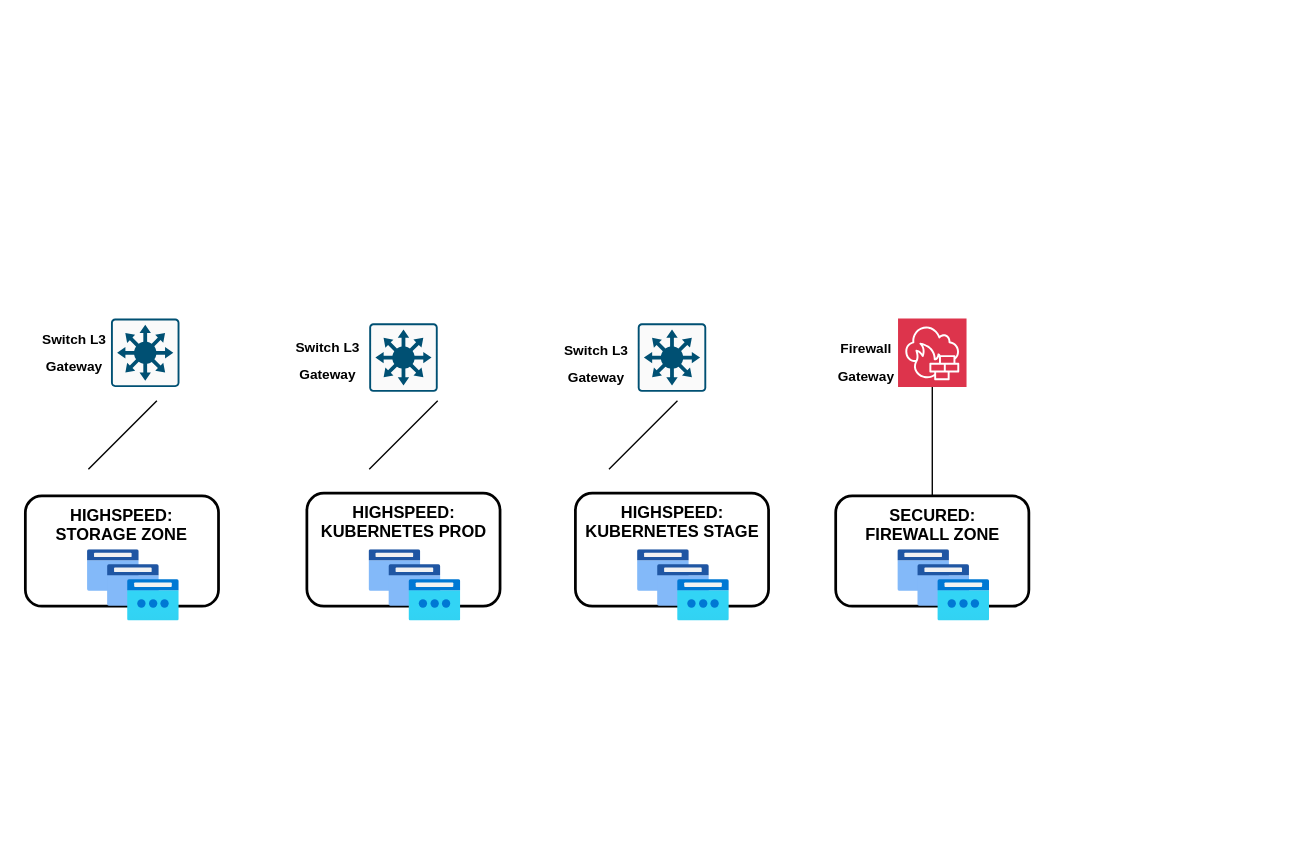
Above: RKLB_STENNIS.drawio in Mpancake/diagrams (draw.io), before the change. Source tidied: cells renumbered, new cells numbered last; positions are measured from the earlier drawing's top-left corner, leaving out a move shared by most shapes. Both pictures are drawn from the tidied source at 137%, with x=0, y=0 at pixel (25, 318).
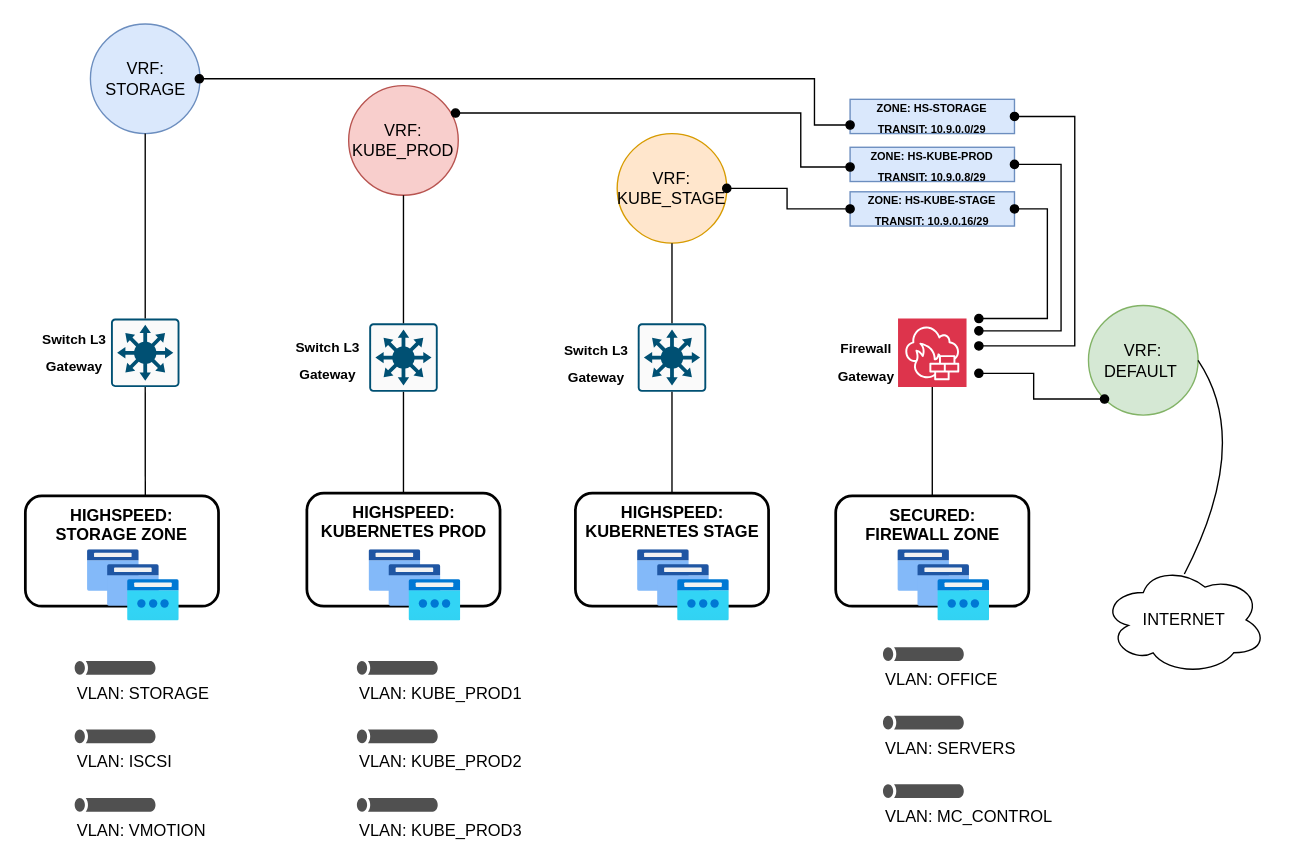
Above is the later version.

The change refers to these unchanged cells:
```xml
<mxCell id="2" style="sketch=0;points=[[0.015,0.015,0],[0.985,0.015,0],[0.985,0.985,0],[0.015,0.985,0],[0.25,0,0],[0.5,0,0],[0.75,0,0],[1,0.25,0],[1,0.5,0],[1,0.75,0],[0.75,1,0],[0.5,1,0],[0.25,1,0],[0,0.75,0],[0,0.5,0],[0,0.25,0]];verticalLabelPosition=bottom;html=1;verticalAlign=top;align=center;shape=mxgraph.cisco19.rect;prIcon=l3_switch;fillColor=#FAFAFA;strokeColor=#005073;" parent="1" vertex="1">
  <mxGeometry x="251" y="3.5" width="50" height="50" as="geometry" />
</mxCell>
<mxCell id="3" style="sketch=0;points=[[0.015,0.015,0],[0.985,0.015,0],[0.985,0.985,0],[0.015,0.985,0],[0.25,0,0],[0.5,0,0],[0.75,0,0],[1,0.25,0],[1,0.5,0],[1,0.75,0],[0.75,1,0],[0.5,1,0],[0.25,1,0],[0,0.75,0],[0,0.5,0],[0,0.25,0]];verticalLabelPosition=bottom;html=1;verticalAlign=top;align=center;shape=mxgraph.cisco19.rect;prIcon=l3_switch;fillColor=#FAFAFA;strokeColor=#005073;" parent="1" vertex="1">
  <mxGeometry x="447" y="3.5" width="50" height="50" as="geometry" />
</mxCell>
<mxCell id="4" style="sketch=0;points=[[0,0,0],[0.25,0,0],[0.5,0,0],[0.75,0,0],[1,0,0],[0,1,0],[0.25,1,0],[0.5,1,0],[0.75,1,0],[1,1,0],[0,0.25,0],[0,0.5,0],[0,0.75,0],[1,0.25,0],[1,0.5,0],[1,0.75,0]];outlineConnect=0;fontColor=#232F3E;fillColor=#DD344C;strokeColor=#ffffff;dashed=0;verticalLabelPosition=bottom;verticalAlign=top;align=center;html=1;fontSize=12;fontStyle=0;shape=mxgraph.aws4.resourceIcon;resIcon=mxgraph.aws4.network_firewall;" parent="1" vertex="1">
  <mxGeometry x="637" width="50" height="50" as="geometry" />
</mxCell>
<mxCell id="5" style="sketch=0;points=[[0.015,0.015,0],[0.985,0.015,0],[0.985,0.985,0],[0.015,0.985,0],[0.25,0,0],[0.5,0,0],[0.75,0,0],[1,0.25,0],[1,0.5,0],[1,0.75,0],[0.75,1,0],[0.5,1,0],[0.25,1,0],[0,0.75,0],[0,0.5,0],[0,0.25,0]];verticalLabelPosition=bottom;html=1;verticalAlign=top;align=center;shape=mxgraph.cisco19.rect;prIcon=l3_switch;fillColor=#FAFAFA;strokeColor=#005073;" parent="1" vertex="1">
  <mxGeometry x="62.5" width="50" height="50" as="geometry" />
</mxCell>
<mxCell id="6" value="HIGHSPEED:&lt;div&gt;STORAGE ZONE&lt;/div&gt;" style="rounded=1;whiteSpace=wrap;html=1;fillColor=none;strokeWidth=2;verticalAlign=top;fontStyle=1;" parent="1" vertex="1">
  <mxGeometry y="129.5" width="141" height="80.5" as="geometry" />
</mxCell>
<mxCell id="7" value="HIGHSPEED: KUBERNETES PROD" style="rounded=1;whiteSpace=wrap;html=1;fillColor=none;strokeWidth=2;verticalAlign=top;fontStyle=1;" parent="1" vertex="1">
  <mxGeometry x="205.5" y="127.5" width="141" height="82.5" as="geometry" />
</mxCell>
<mxCell id="8" value="HIGHSPEED: KUBERNETES STAGE" style="rounded=1;whiteSpace=wrap;html=1;fillColor=none;strokeWidth=2;verticalAlign=top;fontStyle=1;" parent="1" vertex="1">
  <mxGeometry x="401.5" y="127.5" width="141" height="82.5" as="geometry" />
</mxCell>
<mxCell id="9" value="SECURED:&lt;div&gt;FIREWALL ZONE&lt;/div&gt;" style="rounded=1;whiteSpace=wrap;html=1;fillColor=none;strokeWidth=2;verticalAlign=top;fontStyle=1;" parent="1" vertex="1">
  <mxGeometry x="591.5" y="129.5" width="141" height="80.5" as="geometry" />
</mxCell>
```

What changed in the source:
```diff
@@
-    <mxCell id="18" style="endArrow=none;html=1;rounded=0;fontSize=12;startSize=8;endSize=8;curved=1;" parent="1" edge="1">
-      <mxGeometry relative="1" as="geometry">
-        <mxPoint x="46" y="110" as="sourcePoint" />
-        <mxPoint x="96" y="60" as="targetPoint" />
-      </mxGeometry>
+    <mxCell id="18" style="endArrow=none;html=1;rounded=0;fontSize=12;startSize=8;endSize=8;curved=1;entryX=0.5;entryY=1;entryDx=0;entryDy=0;entryPerimeter=0;exitX=0.621;exitY=0.006;exitDx=0;exitDy=0;exitPerimeter=0;" parent="1" edge="1" source="6" target="5">
+      <mxGeometry relative="1" as="geometry" />
     </mxCell>
-    <mxCell id="19" style="endArrow=none;html=1;rounded=0;fontSize=12;startSize=8;endSize=8;curved=1;" parent="1" edge="1">
-      <mxGeometry relative="1" as="geometry">
-        <mxPoint x="251" y="110" as="sourcePoint" />
-        <mxPoint x="301" y="60" as="targetPoint" />
-      </mxGeometry>
+    <mxCell id="19" style="endArrow=none;html=1;rounded=0;fontSize=12;startSize=8;endSize=8;curved=1;entryX=0.5;entryY=1;entryDx=0;entryDy=0;entryPerimeter=0;exitX=0.5;exitY=0;exitDx=0;exitDy=0;" parent="1" edge="1" source="7" target="2">
+      <mxGeometry relative="1" as="geometry" />
     </mxCell>
-    <mxCell id="20" style="endArrow=none;html=1;rounded=0;fontSize=12;startSize=8;endSize=8;curved=1;" parent="1" edge="1">
-      <mxGeometry relative="1" as="geometry">
-        <mxPoint x="426" y="110" as="sourcePoint" />
-        <mxPoint x="476" y="60" as="targetPoint" />
-      </mxGeometry>
+    <mxCell id="20" style="endArrow=none;html=1;rounded=0;fontSize=12;startSize=8;endSize=8;curved=1;entryX=0.5;entryY=1;entryDx=0;entryDy=0;entryPerimeter=0;exitX=0.5;exitY=0;exitDx=0;exitDy=0;" parent="1" edge="1" source="8" target="3">
+      <mxGeometry relative="1" as="geometry" />
     </mxCell>
     <mxCell id="21" style="endArrow=none;html=1;rounded=0;fontSize=12;startSize=8;endSize=8;curved=1;entryX=0.5;entryY=1;entryDx=0;entryDy=0;entryPerimeter=0;exitX=0.5;exitY=0;exitDx=0;exitDy=0;" parent="1" edge="1" source="9" target="4">
-      <mxGeometry relative="1" as="geometry" />
+      <mxGeometry relative="1" as="geometry">
+        <Array as="points">
+          <mxPoint x="662" y="90" />
+        </Array>
+      </mxGeometry>
     </mxCell>
+    <mxCell id="22" value="VLAN: STORAGE" style="sketch=0;shadow=0;dashed=0;html=1;strokeColor=none;fillColor=#505050;labelPosition=center;verticalLabelPosition=bottom;verticalAlign=top;align=left;shape=mxgraph.office.servers.tunnel_straight;" parent="1" vertex="1">
+      <mxGeometry x="36" y="250" width="59" height="10" as="geometry" />
+    </mxCell>
+    <mxCell id="23" value="VLAN: ISCSI" style="sketch=0;shadow=0;dashed=0;html=1;strokeColor=none;fillColor=#505050;labelPosition=center;verticalLabelPosition=bottom;verticalAlign=top;align=left;shape=mxgraph.office.servers.tunnel_straight;" parent="1" vertex="1">
+      <mxGeometry x="36" y="300" width="59" height="10" as="geometry" />
+    </mxCell>
+    <mxCell id="24" value="VLAN: VMOTION" style="sketch=0;shadow=0;dashed=0;html=1;strokeColor=none;fillColor=#505050;labelPosition=center;verticalLabelPosition=bottom;verticalAlign=top;align=left;shape=mxgraph.office.servers.tunnel_straight;" parent="1" vertex="1">
+      <mxGeometry x="36" y="350" width="59" height="10" as="geometry" />
+    </mxCell>
+    <mxCell id="25" value="VLAN: KUBE_PROD1" style="sketch=0;shadow=0;dashed=0;html=1;strokeColor=none;fillColor=#505050;labelPosition=center;verticalLabelPosition=bottom;verticalAlign=top;align=left;shape=mxgraph.office.servers.tunnel_straight;" parent="1" vertex="1">
+      <mxGeometry x="242" y="250" width="59" height="10" as="geometry" />
+    </mxCell>
+    <mxCell id="26" value="VLAN: KUBE_PROD2" style="sketch=0;shadow=0;dashed=0;html=1;strokeColor=none;fillColor=#505050;labelPosition=center;verticalLabelPosition=bottom;verticalAlign=top;align=left;shape=mxgraph.office.servers.tunnel_straight;" parent="1" vertex="1">
+      <mxGeometry x="242" y="300" width="59" height="10" as="geometry" />
+    </mxCell>
+    <mxCell id="27" value="VLAN: KUBE_PROD3" style="sketch=0;shadow=0;dashed=0;html=1;strokeColor=none;fillColor=#505050;labelPosition=center;verticalLabelPosition=bottom;verticalAlign=top;align=left;shape=mxgraph.office.servers.tunnel_straight;" parent="1" vertex="1">
+      <mxGeometry x="242" y="350" width="59" height="10" as="geometry" />
+    </mxCell>
+    <mxCell id="28" value="VRF:&lt;div&gt;STORAGE&lt;/div&gt;" style="ellipse;whiteSpace=wrap;html=1;fillColor=#dae8fc;strokeColor=#6c8ebf;" parent="1" vertex="1">
+      <mxGeometry x="47.5" y="-215" width="80" height="80" as="geometry" />
+    </mxCell>
+    <mxCell id="29" value="VRF: KUBE_PROD" style="ellipse;whiteSpace=wrap;html=1;fillColor=#f8cecc;strokeColor=#b85450;" parent="1" vertex="1">
+      <mxGeometry x="236" y="-170" width="80" height="80" as="geometry" />
+    </mxCell>
+    <mxCell id="30" value="VRF: KUBE_STAGE" style="ellipse;whiteSpace=wrap;html=1;fillColor=#ffe6cc;strokeColor=#d79b00;" parent="1" vertex="1">
+      <mxGeometry x="432" y="-135" width="80" height="80" as="geometry" />
+    </mxCell>
+    <mxCell id="31" value="VRF: DEFAULT&amp;nbsp;" style="ellipse;whiteSpace=wrap;html=1;fillColor=#d5e8d4;strokeColor=#82b366;" parent="1" vertex="1">
+      <mxGeometry x="776" y="-9.5" width="80" height="80" as="geometry" />
+    </mxCell>
+    <mxCell id="32" value="&lt;font style=&quot;font-size: 8px;&quot;&gt;&lt;b&gt;ZONE: HS-STORAGE&lt;/b&gt;&lt;/font&gt;&lt;div&gt;&lt;font style=&quot;font-size: 8px;&quot;&gt;&lt;b&gt;TRANSIT: 10.9.0.0/29&lt;/b&gt;&lt;/font&gt;&lt;/div&gt;" style="rounded=0;whiteSpace=wrap;html=1;fillColor=#dae8fc;strokeColor=#6c8ebf;" parent="1" vertex="1">
+      <mxGeometry x="602" y="-160" width="120" height="25" as="geometry" />
+    </mxCell>
+    <mxCell id="33" value="&lt;font style=&quot;font-size: 8px;&quot;&gt;&lt;b&gt;ZONE: HS-KUBE-PROD&lt;/b&gt;&lt;/font&gt;&lt;div&gt;&lt;font style=&quot;font-size: 8px;&quot;&gt;&lt;b&gt;TRANSIT: 10.9.0.8/29&lt;/b&gt;&lt;/font&gt;&lt;/div&gt;" style="rounded=0;whiteSpace=wrap;html=1;fillColor=#dae8fc;strokeColor=#6c8ebf;" parent="1" vertex="1">
+      <mxGeometry x="602" y="-125" width="120" height="25" as="geometry" />
+    </mxCell>
+    <mxCell id="34" value="&lt;font style=&quot;font-size: 8px;&quot;&gt;&lt;b&gt;ZONE: HS-KUBE-STAGE&lt;/b&gt;&lt;/font&gt;&lt;div&gt;&lt;font style=&quot;font-size: 8px;&quot;&gt;&lt;b&gt;TRANSIT: 10.9.0.16/29&lt;/b&gt;&lt;/font&gt;&lt;/div&gt;" style="rounded=0;whiteSpace=wrap;html=1;fillColor=#dae8fc;strokeColor=#6c8ebf;" parent="1" vertex="1">
+      <mxGeometry x="602" y="-92.5" width="120" height="25" as="geometry" />
+    </mxCell>
+    <mxCell id="35" value="INTERNET" style="ellipse;shape=cloud;whiteSpace=wrap;html=1;" parent="1" vertex="1">
+      <mxGeometry x="786" y="180" width="120" height="80" as="geometry" />
+    </mxCell>
+    <mxCell id="36" style="endArrow=none;html=1;rounded=0;fontSize=12;startSize=8;endSize=8;curved=1;exitX=0.5;exitY=0.081;exitDx=0;exitDy=0;entryX=1;entryY=0.5;entryDx=0;entryDy=0;exitPerimeter=0;" parent="1" edge="1" source="35" target="31">
+      <mxGeometry relative="1" as="geometry">
+        <Array as="points">
+          <mxPoint x="896" y="90" />
+        </Array>
+      </mxGeometry>
+    </mxCell>
+    <mxCell id="37" style="endArrow=none;html=1;rounded=0;fontSize=12;startSize=8;endSize=8;curved=1;exitX=0.5;exitY=0;exitDx=0;exitDy=0;exitPerimeter=0;entryX=0.5;entryY=1;entryDx=0;entryDy=0;" parent="1" edge="1" source="3" target="30">
+      <mxGeometry relative="1" as="geometry" />
+    </mxCell>
+    <mxCell id="38" style="edgeStyle=elbowEdgeStyle;elbow=horizontal;endArrow=oval;html=1;curved=0;rounded=0;fontSize=12;endFill=1;startArrow=oval;startFill=1;entryX=0;entryY=0.5;entryDx=0;entryDy=0;exitX=1;exitY=0.5;exitDx=0;exitDy=0;" parent="1" edge="1" source="30" target="34">
+      <mxGeometry relative="1" as="geometry">
+        <Array as="points">
+          <mxPoint x="556" y="-100" />
+        </Array>
+      </mxGeometry>
+    </mxCell>
+    <mxCell id="39" style="edgeStyle=elbowEdgeStyle;elbow=horizontal;endArrow=oval;html=1;curved=0;rounded=0;fontSize=12;endFill=1;startArrow=oval;startFill=1;entryX=0;entryY=0.75;entryDx=0;entryDy=0;exitX=0.975;exitY=0.25;exitDx=0;exitDy=0;exitPerimeter=0;" parent="1" edge="1" source="29">
+      <mxGeometry relative="1" as="geometry">
+        <mxPoint x="602" y="-110.6" as="targetPoint" />
+        <Array as="points">
+          <mxPoint x="566" y="-144.4" />
+        </Array>
+      </mxGeometry>
+    </mxCell>
+    <mxCell id="40" style="edgeStyle=elbowEdgeStyle;elbow=horizontal;endArrow=oval;html=1;curved=0;rounded=0;fontSize=12;endFill=1;startArrow=oval;startFill=1;entryX=0;entryY=0.75;entryDx=0;entryDy=0;" parent="1" edge="1" target="32">
+      <mxGeometry relative="1" as="geometry">
+        <mxPoint x="127" y="-175" as="sourcePoint" />
+        <Array as="points">
+          <mxPoint x="576" y="-160" />
+        </Array>
+      </mxGeometry>
+    </mxCell>
+    <mxCell id="41" style="endArrow=none;html=1;rounded=0;fontSize=12;startSize=8;endSize=8;curved=1;exitX=0.5;exitY=0;exitDx=0;exitDy=0;exitPerimeter=0;entryX=0.5;entryY=1;entryDx=0;entryDy=0;" parent="1" edge="1" source="2" target="29">
+      <mxGeometry relative="1" as="geometry" />
+    </mxCell>
+    <mxCell id="42" style="endArrow=none;html=1;rounded=0;fontSize=12;startSize=8;endSize=8;curved=1;exitX=0.5;exitY=0;exitDx=0;exitDy=0;exitPerimeter=0;" parent="1" edge="1" source="5" target="28">
+      <mxGeometry relative="1" as="geometry" />
+    </mxCell>
+    <mxCell id="43" style="edgeStyle=elbowEdgeStyle;elbow=horizontal;endArrow=oval;html=1;curved=0;rounded=0;fontSize=12;endFill=1;startArrow=oval;startFill=1;exitX=1;exitY=0.5;exitDx=0;exitDy=0;" parent="1" edge="1" source="34">
+      <mxGeometry relative="1" as="geometry">
+        <mxPoint x="696" as="targetPoint" />
+        <Array as="points">
+          <mxPoint x="746" y="-50" />
+        </Array>
+      </mxGeometry>
+    </mxCell>
+    <mxCell id="44" style="edgeStyle=elbowEdgeStyle;elbow=horizontal;endArrow=oval;html=1;curved=0;rounded=0;fontSize=12;endFill=1;startArrow=oval;startFill=1;exitX=1;exitY=0.5;exitDx=0;exitDy=0;" parent="1" edge="1" source="33">
+      <mxGeometry relative="1" as="geometry">
+        <mxPoint x="696" y="9" as="targetPoint" />
+        <Array as="points">
+          <mxPoint x="756" y="-40" />
+        </Array>
+      </mxGeometry>
+    </mxCell>
+    <mxCell id="45" style="edgeStyle=elbowEdgeStyle;elbow=horizontal;endArrow=oval;html=1;curved=0;rounded=0;fontSize=12;endFill=1;startArrow=oval;startFill=1;exitX=1;exitY=0.5;exitDx=0;exitDy=0;" parent="1" edge="1" source="32">
+      <mxGeometry relative="1" as="geometry">
+        <mxPoint x="696" y="20" as="targetPoint" />
+        <Array as="points">
+          <mxPoint x="766" y="-30" />
+        </Array>
+      </mxGeometry>
+    </mxCell>
+    <mxCell id="46" style="edgeStyle=elbowEdgeStyle;elbow=horizontal;endArrow=oval;html=1;curved=0;rounded=0;fontSize=12;endFill=1;startArrow=oval;startFill=1;exitX=0;exitY=1;exitDx=0;exitDy=0;" parent="1" edge="1" source="31">
+      <mxGeometry relative="1" as="geometry">
+        <mxPoint x="696" y="40" as="targetPoint" />
+        <Array as="points">
+          <mxPoint x="736" y="50" />
+        </Array>
+      </mxGeometry>
+    </mxCell>
+    <mxCell id="47" value="VLAN: OFFICE" style="sketch=0;shadow=0;dashed=0;html=1;strokeColor=none;fillColor=#505050;labelPosition=center;verticalLabelPosition=bottom;verticalAlign=top;align=left;shape=mxgraph.office.servers.tunnel_straight;" parent="1" vertex="1">
+      <mxGeometry x="626" y="240" width="59" height="10" as="geometry" />
+    </mxCell>
+    <mxCell id="48" value="VLAN: SERVERS" style="sketch=0;shadow=0;dashed=0;html=1;strokeColor=none;fillColor=#505050;labelPosition=center;verticalLabelPosition=bottom;verticalAlign=top;align=left;shape=mxgraph.office.servers.tunnel_straight;" parent="1" vertex="1">
+      <mxGeometry x="626" y="290" width="59" height="10" as="geometry" />
+    </mxCell>
+    <mxCell id="49" value="VLAN: MC_CONTROL" style="sketch=0;shadow=0;dashed=0;html=1;strokeColor=none;fillColor=#505050;labelPosition=center;verticalLabelPosition=bottom;verticalAlign=top;align=left;shape=mxgraph.office.servers.tunnel_straight;" parent="1" vertex="1">
+      <mxGeometry x="626" y="340" width="59" height="10" as="geometry" />
+    </mxCell>
```
